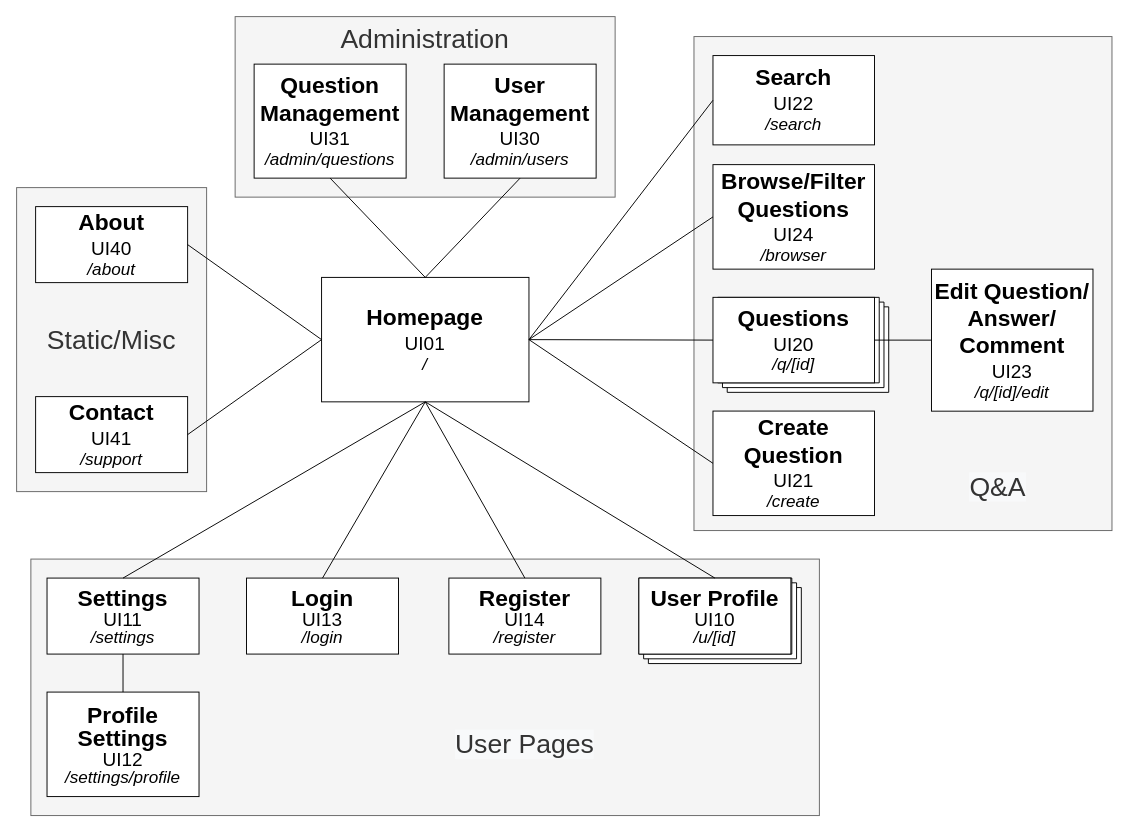
Before: docs/sitemap.drawio in FabioMiguel2000/iNeedHelp, a draw.io diagram. Source tidied: cells renumbered, new cells numbered last; positions are measured from the earlier drawing's top-left corner, leaving out a move shared by most shapes. Both pictures are drawn from the tidied source at 95%, with x=0, y=0 at pixel (16, 16).
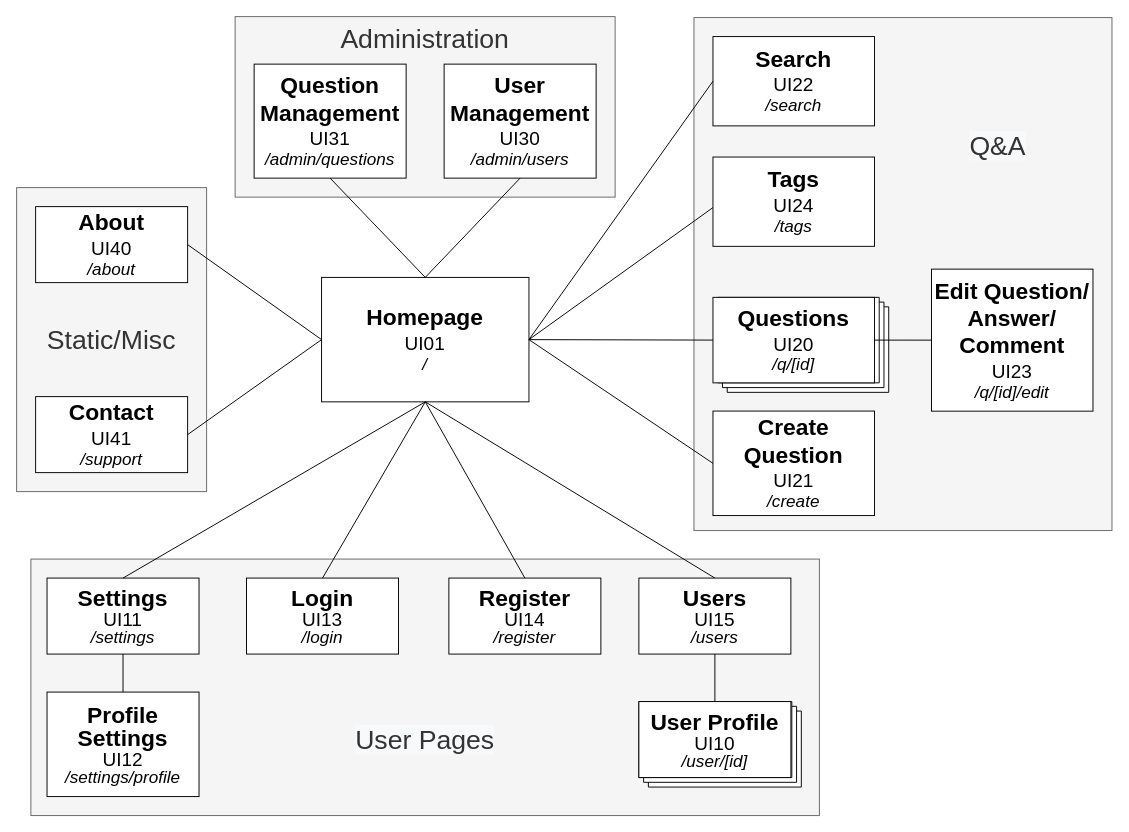
The same diagram, later.

The change refers to these unchanged cells:
```xml
<mxCell id="8" value="&lt;font&gt;&lt;b&gt;&lt;font style=&quot;font-size: 24px&quot;&gt;Homepage&lt;/font&gt;&lt;br&gt;&lt;/b&gt;&lt;/font&gt;&lt;font&gt;&lt;span style=&quot;font-size: 20px&quot;&gt;UI01&lt;/span&gt;&lt;br&gt;&lt;font style=&quot;font-size: 18px&quot;&gt;&lt;i&gt;/&lt;/i&gt;&lt;/font&gt;&lt;br&gt;&lt;/font&gt;" style="rounded=0;whiteSpace=wrap;html=1;fillColor=default;strokeColor=default;fontColor=default;spacing=2;" parent="1" vertex="1">
  <mxGeometry x="321" y="274.5" width="218.3" height="131" as="geometry" />
</mxCell>
```

Change to the diagram source:
```diff
@@
     <mxCell id="2" style="rounded=0;whiteSpace=wrap;html=1;fontColor=#333333;strokeColor=#666666;fillColor=#f5f5f5;verticalAlign=bottom;align=right;" parent="1" vertex="1">
-      <mxGeometry x="713" y="21" width="440" height="520" as="geometry" />
+      <mxGeometry x="713" y="1" width="440" height="540" as="geometry" />
     </mxCell>
@@
     <mxCell id="4" style="verticalLabelPosition=bottom;verticalAlign=top;html=1;shape=mxgraph.basic.layered_rect;dx=10;fontSize=16;strokeWidth=1;" parent="1" vertex="1">
-      <mxGeometry x="655" y="591" width="171" height="90" as="geometry" />
+      <mxGeometry x="655" y="721" width="171" height="90" as="geometry" />
     </mxCell>
@@
-    <mxCell id="11" value="&lt;p style=&quot;line-height: 1&quot;&gt;&lt;font&gt;&lt;b&gt;&lt;font style=&quot;font-size: 24px&quot;&gt;User Profile&lt;/font&gt;&lt;br&gt;&lt;/b&gt;&lt;/font&gt;&lt;font&gt;&lt;span style=&quot;font-size: 20px&quot;&gt;UI10&lt;/span&gt;&lt;br&gt;&lt;font style=&quot;font-size: 18px&quot;&gt;&lt;i&gt;/u/[id]&lt;/i&gt;&lt;/font&gt;&lt;br&gt;&lt;/font&gt;&lt;/p&gt;" style="rounded=0;whiteSpace=wrap;html=1;fillColor=default;strokeColor=default;fontColor=default;spacing=2;" parent="1" vertex="1">
-      <mxGeometry x="655" y="591" width="160" height="80" as="geometry" />
+    <mxCell id="11" value="&lt;p style=&quot;line-height: 1&quot;&gt;&lt;font&gt;&lt;b&gt;&lt;font style=&quot;font-size: 24px&quot;&gt;User Profile&lt;/font&gt;&lt;br&gt;&lt;/b&gt;&lt;/font&gt;&lt;font&gt;&lt;span style=&quot;font-size: 20px&quot;&gt;UI10&lt;/span&gt;&lt;br&gt;&lt;font style=&quot;font-size: 18px&quot;&gt;&lt;i&gt;/user/[id]&lt;/i&gt;&lt;/font&gt;&lt;br&gt;&lt;/font&gt;&lt;/p&gt;" style="rounded=0;whiteSpace=wrap;html=1;fillColor=default;strokeColor=default;fontColor=default;spacing=2;" parent="1" vertex="1">
+      <mxGeometry x="655" y="721" width="160" height="80" as="geometry" />
     </mxCell>
-    <mxCell id="12" style="endArrow=none;html=1;rounded=0;labelBackgroundColor=default;fontSize=18;fontColor=default;strokeColor=default;fillColor=default;entryX=0.5;entryY=1;entryDx=0;entryDy=0;exitX=0.5;exitY=0;exitDx=0;exitDy=0;spacing=2;" parent="1" edge="1" source="11" target="8">
+    <mxCell id="12" style="endArrow=none;html=1;rounded=0;labelBackgroundColor=default;fontSize=18;fontColor=default;strokeColor=default;fillColor=default;entryX=0.5;entryY=1;entryDx=0;entryDy=0;exitX=0.5;exitY=0;exitDx=0;exitDy=0;spacing=2;" parent="1" edge="1" source="40" target="8">
       <mxGeometry relative="1" as="geometry" />
     </mxCell>
@@
     <mxCell id="15" value="&lt;font&gt;&lt;b&gt;&lt;span style=&quot;font-size: 24px&quot;&gt;Search&lt;/span&gt;&lt;br&gt;&lt;/b&gt;&lt;/font&gt;&lt;font&gt;&lt;span style=&quot;font-size: 20px&quot;&gt;UI22&lt;/span&gt;&lt;br&gt;&lt;font style=&quot;font-size: 18px&quot;&gt;&lt;i&gt;/search&lt;/i&gt;&lt;/font&gt;&lt;br&gt;&lt;/font&gt;" style="rounded=0;whiteSpace=wrap;html=1;fillColor=default;strokeColor=default;fontColor=default;spacing=2;" parent="1" vertex="1">
-      <mxGeometry x="733" y="41" width="170" height="94" as="geometry" />
+      <mxGeometry x="733" y="21" width="170" height="94" as="geometry" />
     </mxCell>
@@
     <mxCell id="35" value="&#10;&#10;&lt;span style=&quot;color: rgb(51, 51, 51); font-family: helvetica; font-size: 28px; font-style: normal; font-weight: 400; letter-spacing: normal; text-align: right; text-indent: 0px; text-transform: none; word-spacing: 0px; background-color: rgb(248, 249, 250); display: inline; float: none;&quot;&gt;Q&amp;amp;A&lt;/span&gt;&#10;&#10;" style="text;html=1;strokeColor=none;fillColor=none;align=center;verticalAlign=middle;whiteSpace=wrap;rounded=0;" parent="1" vertex="1">
-      <mxGeometry x="1003" y="480" width="60" height="30" as="geometry" />
+      <mxGeometry x="1003" y="121" width="60" height="30" as="geometry" />
     </mxCell>
     <mxCell id="36" value="&#10;&#10;&lt;span style=&quot;color: rgb(51, 51, 51); font-family: helvetica; font-size: 28px; font-style: normal; font-weight: 400; letter-spacing: normal; text-align: center; text-indent: 0px; text-transform: none; word-spacing: 0px; background-color: rgb(248, 249, 250); display: inline; float: none;&quot;&gt;User Pages&lt;/span&gt;&#10;&#10;" style="text;html=1;strokeColor=none;fillColor=none;align=center;verticalAlign=middle;whiteSpace=wrap;rounded=0;" parent="1" vertex="1">
-      <mxGeometry x="456" y="751" width="158" height="30" as="geometry" />
+      <mxGeometry x="351.2" y="746" width="158" height="30" as="geometry" />
     </mxCell>
-    <mxCell id="37" value="&lt;font&gt;&lt;b&gt;&lt;span style=&quot;font-size: 24px&quot;&gt;Browse/Filter&lt;br&gt;&lt;/span&gt;&lt;font style=&quot;font-size: 24px&quot;&gt;Questions&lt;/font&gt;&lt;br&gt;&lt;/b&gt;&lt;/font&gt;&lt;font&gt;&lt;span style=&quot;font-size: 20px&quot;&gt;UI24&lt;/span&gt;&lt;br&gt;&lt;font style=&quot;font-size: 18px&quot;&gt;&lt;i&gt;/browser&lt;/i&gt;&lt;/font&gt;&lt;br&gt;&lt;/font&gt;" style="rounded=0;whiteSpace=wrap;html=1;fillColor=default;strokeColor=default;fontColor=default;spacing=2;" parent="1" vertex="1">
-      <mxGeometry x="733" y="155.8" width="170" height="110" as="geometry" />
-    </mxCell>
-    <mxCell id="38" style="endArrow=none;html=1;rounded=0;entryX=1;entryY=0.5;entryDx=0;entryDy=0;exitX=0;exitY=0.5;exitDx=0;exitDy=0;" parent="1" edge="1" source="37" target="8">
+    <mxCell id="38" style="endArrow=none;html=1;rounded=0;entryX=1;entryY=0.5;entryDx=0;entryDy=0;exitX=0;exitY=0.566;exitDx=0;exitDy=0;exitPerimeter=0;" parent="1" edge="1" source="39" target="8">
       <mxGeometry relative="1" as="geometry" />
     </mxCell>
+    <mxCell id="39" value="&lt;font&gt;&lt;b&gt;&lt;span style=&quot;font-size: 24px&quot;&gt;Tags&lt;/span&gt;&lt;br&gt;&lt;/b&gt;&lt;/font&gt;&lt;font&gt;&lt;span style=&quot;font-size: 20px&quot;&gt;UI24&lt;/span&gt;&lt;br&gt;&lt;font style=&quot;font-size: 18px&quot;&gt;&lt;i&gt;/tags&lt;/i&gt;&lt;/font&gt;&lt;br&gt;&lt;/font&gt;" style="rounded=0;whiteSpace=wrap;html=1;fillColor=default;strokeColor=default;fontColor=default;spacing=2;" parent="1" vertex="1">
+      <mxGeometry x="733" y="147.8" width="170" height="94" as="geometry" />
+    </mxCell>
+    <mxCell id="40" value="&lt;p style=&quot;line-height: 1&quot;&gt;&lt;font&gt;&lt;b&gt;&lt;font style=&quot;font-size: 24px&quot;&gt;Users&lt;/font&gt;&lt;br&gt;&lt;/b&gt;&lt;/font&gt;&lt;font&gt;&lt;span style=&quot;font-size: 20px&quot;&gt;UI15&lt;/span&gt;&lt;br&gt;&lt;font style=&quot;font-size: 18px&quot;&gt;&lt;i&gt;/users&lt;/i&gt;&lt;/font&gt;&lt;br&gt;&lt;/font&gt;&lt;/p&gt;" style="rounded=0;whiteSpace=wrap;html=1;fillColor=default;strokeColor=default;fontColor=default;spacing=2;" parent="1" vertex="1">
+      <mxGeometry x="655" y="591" width="160" height="80" as="geometry" />
+    </mxCell>
+    <mxCell id="41" style="endArrow=none;html=1;rounded=0;entryX=0.5;entryY=1;entryDx=0;entryDy=0;exitX=0.5;exitY=0;exitDx=0;exitDy=0;" parent="1" edge="1" source="11" target="40">
+      <mxGeometry relative="1" as="geometry" />
+    </mxCell>
```
